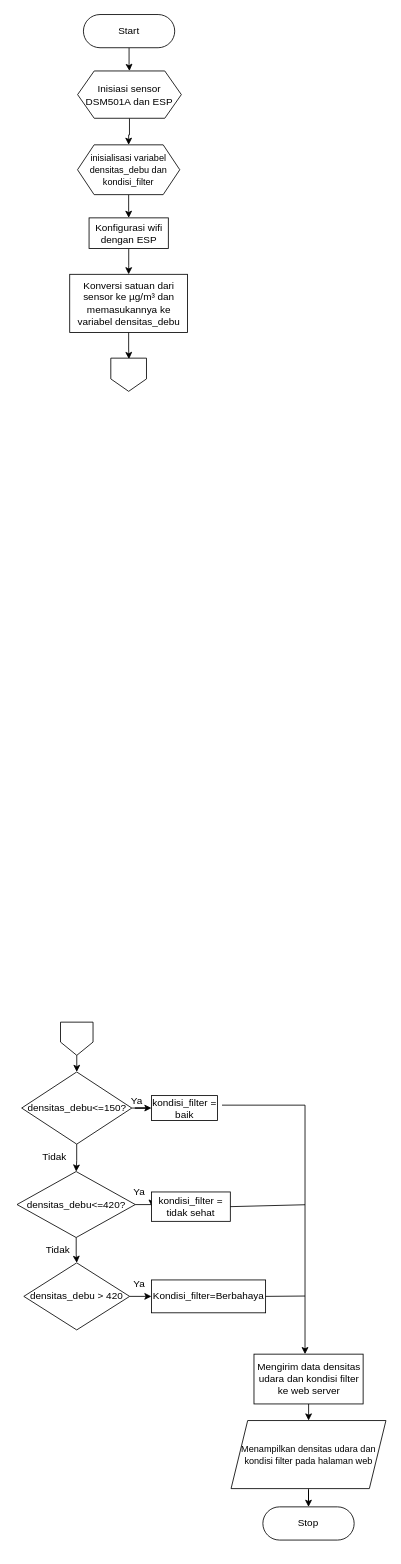
Before: Flowchart fusfil.drawio in imxey/FUSFIL, a draw.io diagram. Source tidied: cells renumbered, new cells numbered last; positions are measured from the earlier drawing's top-left corner, leaving out a move shared by most shapes. Both pictures are drawn from the tidied source at 83%, with x=0, y=0 at pixel (17, 14).
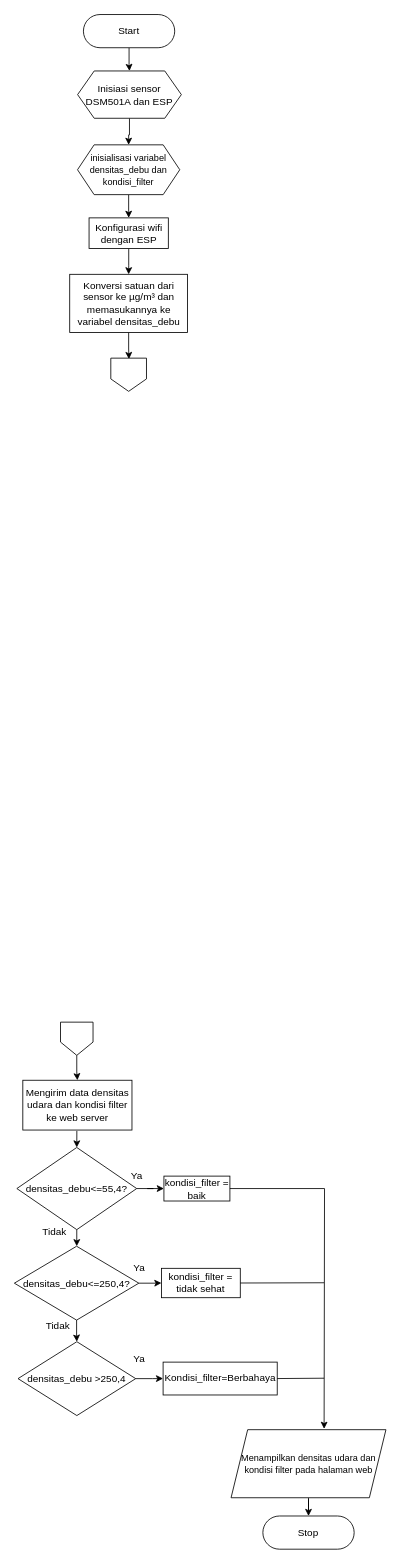
The same page after the edit.

Unchanged cells that the change refers to:
```xml
<mxCell id="38" style="shape=offPageConnector;whiteSpace=wrap;html=1;size=0.4;" parent="1" vertex="1">
  <mxGeometry x="52.4" y="1214" width="39.2" height="40" as="geometry" />
</mxCell>
```

Change to the diagram source:
```diff
@@
-    <mxCell id="15" value="densitas_debu&amp;lt;=150?" style="rhombus;whiteSpace=wrap;html=1;dashed=0;" parent="1" vertex="1">
-      <mxGeometry x="5.6" y="1274" width="132.7" height="87" as="geometry" />
+    <mxCell id="15" value="densitas_debu&amp;lt;=55,4?" style="rhombus;whiteSpace=wrap;html=1;dashed=0;" parent="1" vertex="1">
+      <mxGeometry x="-0.2" y="1365" width="144.4" height="99" as="geometry" />
     </mxCell>
     <mxCell id="16" value="kondisi_filter = baik" style="whiteSpace=wrap;html=1;dashed=0;" parent="1" vertex="1">
-      <mxGeometry x="162" y="1302.5" width="79.5" height="30" as="geometry" />
+      <mxGeometry x="177" y="1399.5" width="79.5" height="30" as="geometry" />
     </mxCell>
     <mxCell id="17" value="Ya" style="text;html=1;align=center;verticalAlign=middle;strokeColor=none;fillColor=none;" parent="1" vertex="1">
-      <mxGeometry x="124.3" y="1294" width="40" height="30" as="geometry" />
+      <mxGeometry x="124.3" y="1385" width="40" height="30" as="geometry" />
     </mxCell>
@@
-    <mxCell id="20" value="densitas_debu&amp;lt;=420?" style="rhombus;whiteSpace=wrap;html=1;dashed=0;" parent="1" vertex="1">
-      <mxGeometry y="1394" width="142.5" height="79.5" as="geometry" />
+    <mxCell id="20" value="densitas_debu&amp;lt;=250,4?" style="rhombus;whiteSpace=wrap;html=1;dashed=0;" parent="1" vertex="1">
+      <mxGeometry x="-3.2" y="1484" width="150" height="89" as="geometry" />
     </mxCell>
     <mxCell id="21" value="Tidak" style="text;html=1;align=center;verticalAlign=middle;strokeColor=none;fillColor=none;" parent="1" vertex="1">
-      <mxGeometry x="19.5" y="1361" width="50" height="30" as="geometry" />
+      <mxGeometry x="19.5" y="1452" width="50" height="30" as="geometry" />
     </mxCell>
     <mxCell id="22" value="kondisi_filter = tidak sehat" style="whiteSpace=wrap;html=1;dashed=0;" parent="1" vertex="1">
-      <mxGeometry x="162" y="1418.6" width="95" height="35.4" as="geometry" />
+      <mxGeometry x="174" y="1510.6" width="95" height="35.4" as="geometry" />
     </mxCell>
@@
-    <mxCell id="24" value="densitas_debu &amp;gt; 420" style="rhombus;whiteSpace=wrap;html=1;dashed=0;" parent="1" vertex="1">
-      <mxGeometry x="8.2" y="1504" width="127.5" height="80.8" as="geometry" />
+    <mxCell id="24" value="densitas_debu &amp;gt;250,4" style="rhombus;whiteSpace=wrap;html=1;dashed=0;" parent="1" vertex="1">
+      <mxGeometry x="1.2" y="1599" width="141.8" height="89" as="geometry" />
     </mxCell>
     <mxCell id="25" value="Ya" style="text;html=1;align=center;verticalAlign=middle;strokeColor=none;fillColor=none;" parent="1" vertex="1">
-      <mxGeometry x="127" y="1514" width="40" height="30" as="geometry" />
+      <mxGeometry x="127" y="1605" width="40" height="30" as="geometry" />
     </mxCell>
     <mxCell id="26" value="Ya" style="text;html=1;align=center;verticalAlign=middle;strokeColor=none;fillColor=none;" parent="1" vertex="1">
-      <mxGeometry x="127" y="1404" width="40" height="30" as="geometry" />
+      <mxGeometry x="127" y="1495" width="40" height="30" as="geometry" />
     </mxCell>
     <mxCell id="27" value="Kondisi_filter=Berbahaya" style="whiteSpace=wrap;html=1;dashed=0;" parent="1" vertex="1">
-      <mxGeometry x="162" y="1524.6" width="137.5" height="39.6" as="geometry" />
+      <mxGeometry x="176" y="1623.6" width="137.5" height="39.6" as="geometry" />
     </mxCell>
-    <mxCell id="28" style="endArrow=classic;html=1;rounded=0;" parent="1" edge="1">
-      <mxGeometry relative="1" as="geometry">
-        <mxPoint x="247" y="1314" as="sourcePoint" />
-        <mxPoint x="347" y="1614" as="targetPoint" />
-        <Array as="points">
-          <mxPoint x="347" y="1314" />
-        </Array>
-      </mxGeometry>
-    </mxCell>
-    <mxCell id="29" style="endArrow=none;html=1;rounded=0;exitX=1;exitY=0.5;exitDx=0;exitDy=0;" parent="1" edge="1" source="22">
-      <mxGeometry relative="1" as="geometry">
-        <mxPoint x="347" y="1434" as="targetPoint" />
-      </mxGeometry>
-    </mxCell>
-    <mxCell id="30" style="endArrow=none;html=1;rounded=0;exitX=1;exitY=0.5;exitDx=0;exitDy=0;" parent="1" edge="1" source="27">
-      <mxGeometry relative="1" as="geometry">
-        <mxPoint x="347" y="1544" as="targetPoint" />
-      </mxGeometry>
-    </mxCell>
-    <mxCell id="31" style="edgeStyle=orthogonalEdgeStyle;rounded=0;jettySize=auto;html=1;" parent="1" edge="1" source="32" target="34">
-      <mxGeometry relative="1" as="geometry" />
-    </mxCell>
-    <mxCell id="32" value="Mengirim data densitas udara dan kondisi filter ke web server" style="rounded=0;whiteSpace=wrap;html=1;" parent="1" vertex="1">
-      <mxGeometry x="285.5" y="1614" width="131.5" height="60" as="geometry" />
-    </mxCell>
@@
     <mxCell id="34" value="&lt;font style=&quot;font-size: 11px;&quot;&gt;Menampilkan densitas udara dan kondisi filter pada halaman web&lt;/font&gt;" style="shape=parallelogram;perimeter=parallelogramPerimeter;whiteSpace=wrap;html=1;fixedSize=1;rounded=0;" parent="1" vertex="1">
-      <mxGeometry x="257.9" y="1694" width="186.6" height="82" as="geometry" />
+      <mxGeometry x="257.9" y="1705" width="186.6" height="82" as="geometry" />
     </mxCell>
     <mxCell id="35" value="Stop" style="html=1;dashed=0;whiteSpace=wrap;shape=mxgraph.dfd.start;" parent="1" vertex="1">
-      <mxGeometry x="296.2" y="1798" width="110" height="40" as="geometry" />
+      <mxGeometry x="296.2" y="1809" width="110" height="40" as="geometry" />
     </mxCell>
     <mxCell id="36" value="Tidak" style="text;html=1;align=center;verticalAlign=middle;strokeColor=none;fillColor=none;" parent="1" vertex="1">
-      <mxGeometry x="23.8" y="1473.5" width="50" height="30" as="geometry" />
+      <mxGeometry x="23.8" y="1564.5" width="50" height="30" as="geometry" />
     </mxCell>
-    <mxCell id="37" style="edgeStyle=orthogonalEdgeStyle;rounded=0;jettySize=auto;html=1;entryX=0.5;entryY=0;entryDx=0;entryDy=0;" parent="1" edge="1" source="38" target="15">
-      <mxGeometry relative="1" as="geometry" />
+    <mxCell id="37" style="edgeStyle=orthogonalEdgeStyle;rounded=0;jettySize=auto;html=1;entryX=0.5;entryY=0;entryDx=0;entryDy=0;" parent="1" edge="1" target="15">
+      <mxGeometry relative="1" as="geometry">
+        <mxPoint x="72.1" y="1345" as="sourcePoint" />
+      </mxGeometry>
     </mxCell>
+    <mxCell id="39" style="edgeStyle=orthogonalEdgeStyle;rounded=0;jettySize=auto;html=1;entryX=0.5;entryY=0;entryDx=0;entryDy=0;" parent="1" edge="1" source="38" target="32">
+      <mxGeometry relative="1" as="geometry" />
+    </mxCell>
@@
+    <mxCell id="32" value="Mengirim data densitas udara dan kondisi filter ke web server" style="rounded=0;whiteSpace=wrap;html=1;" parent="1" vertex="1">
+      <mxGeometry x="7" y="1284" width="131.5" height="60" as="geometry" />
+    </mxCell>
+    <mxCell id="40" style="edgeStyle=orthogonalEdgeStyle;rounded=0;jettySize=auto;html=1;" parent="1" edge="1" source="16">
+      <mxGeometry relative="1" as="geometry">
+        <mxPoint x="370" y="1704" as="targetPoint" />
+      </mxGeometry>
+    </mxCell>
+    <mxCell id="41" style="endArrow=none;html=1;rounded=0;exitX=1;exitY=0.5;exitDx=0;exitDy=0;" parent="1" edge="1" source="22">
+      <mxGeometry relative="1" as="geometry">
+        <mxPoint x="370" y="1528" as="targetPoint" />
+      </mxGeometry>
+    </mxCell>
+    <mxCell id="42" style="endArrow=none;html=1;rounded=0;exitX=1;exitY=0.5;exitDx=0;exitDy=0;" parent="1" edge="1" source="27">
+      <mxGeometry relative="1" as="geometry">
+        <mxPoint x="370" y="1643" as="targetPoint" />
+      </mxGeometry>
+    </mxCell>
```
